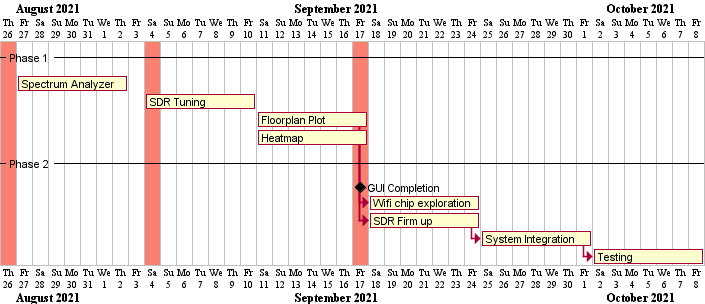
Before: docs/schedule.png, a diagram exported from PlantUML (huats-club/citrus).
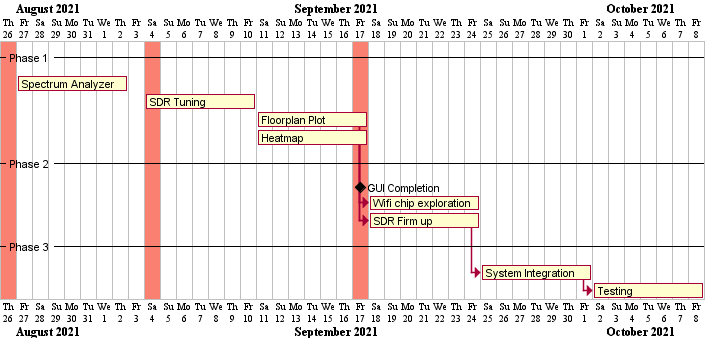
After the commit.

Commit message:
add phase 3 testing to gantt chart

Change to the diagram source:
```diff
@@ -29,6 +29,8 @@
 [SDR Firm up] starts at [Heatmap]'s end
 [SDR Firm up] lasts 7 days
 
+-- Phase 3 --
+
 [System Integration] starts at [SDR Firm up]'s end
 [System Integration] lasts 7 days
 
```
